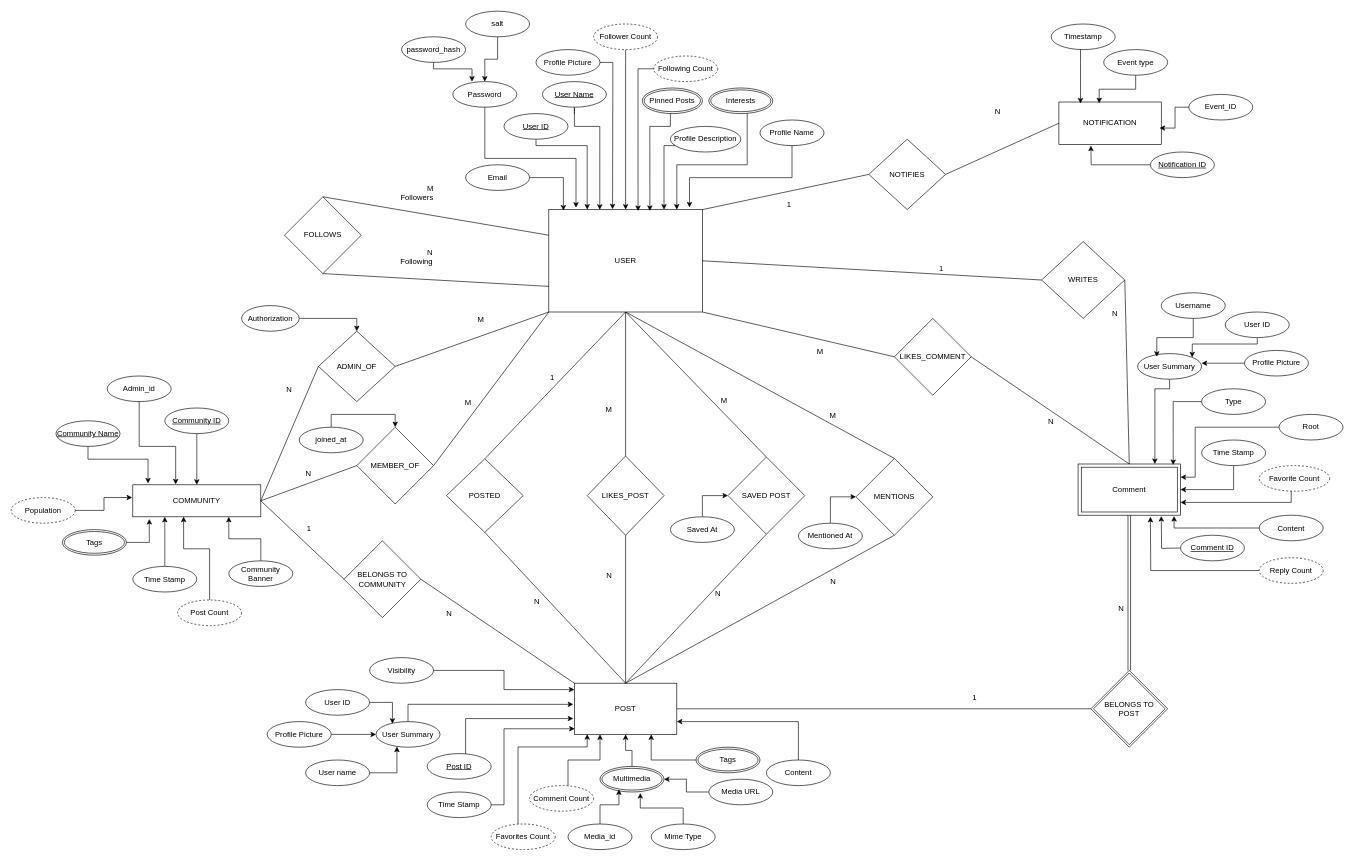
This is Documentation/ER/Broadcast.drawio from Karthik-2592/BroadcastPublic, a draw.io file, before an edit. Source tidied: cells renumbered, new cells numbered last; positions are measured from the earlier drawing's top-left corner, leaving out a move shared by most shapes. Both pictures are drawn from the tidied source at 64%, with x=0, y=0 at pixel (11, 11).
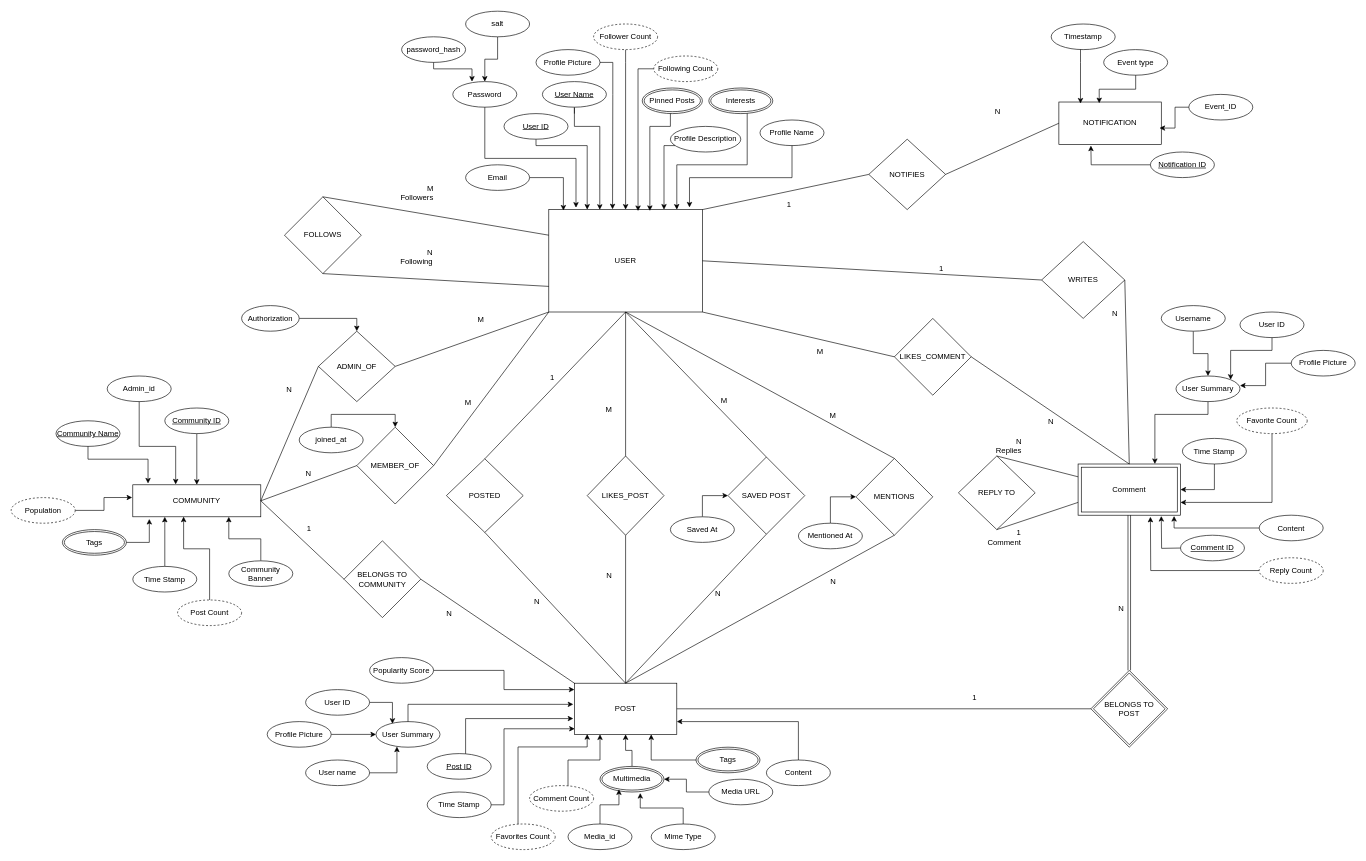
Above is the later version.

The change refers to these unchanged cells:
```xml
<mxCell id="31" value="Comment" style="shape=ext;margin=3;double=1;whiteSpace=wrap;html=1;align=center;" parent="1" vertex="1">
  <mxGeometry x="1667" y="707.5" width="160" height="80" as="geometry" />
</mxCell>
```

What changed in the source:
```diff
@@
-    <mxCell id="20" style="edgeStyle=orthogonalEdgeStyle;rounded=0;jettySize=auto;html=1;entryX=1;entryY=0.25;entryDx=0;entryDy=0;" parent="1" edge="1" source="21">
-      <mxGeometry relative="1" as="geometry">
-        <mxPoint x="1827" y="728.1" as="targetPoint" />
-        <Array as="points">
-          <mxPoint x="1850" y="650" />
-          <mxPoint x="1850" y="728.1" />
-        </Array>
-      </mxGeometry>
-    </mxCell>
-    <mxCell id="21" value="Root" style="ellipse;whiteSpace=wrap;html=1;align=center;" parent="1" vertex="1">
-      <mxGeometry x="1981" y="630" width="100" height="40" as="geometry" />
-    </mxCell>
@@
     <mxCell id="27" style="edgeStyle=orthogonalEdgeStyle;rounded=0;jettySize=auto;html=1;entryX=1;entryY=0.5;entryDx=0;entryDy=0;" parent="1" edge="1" source="28" target="31">
       <mxGeometry relative="1" as="geometry">
         <Array as="points">
-          <mxPoint x="1910" y="747.5" />
+          <mxPoint x="1880" y="747.5" />
         </Array>
       </mxGeometry>
     </mxCell>
     <mxCell id="28" value="Time Stamp" style="ellipse;whiteSpace=wrap;html=1;align=center;" parent="1" vertex="1">
-      <mxGeometry x="1860" y="670" width="100" height="40" as="geometry" />
+      <mxGeometry x="1830" y="667.5" width="100" height="40" as="geometry" />
     </mxCell>
     <mxCell id="29" style="edgeStyle=orthogonalEdgeStyle;rounded=0;jettySize=auto;html=1;entryX=1;entryY=0.75;entryDx=0;entryDy=0;" parent="1" edge="1" source="30" target="31">
       <mxGeometry relative="1" as="geometry">
         <Array as="points">
-          <mxPoint x="2000" y="767.5" />
+          <mxPoint x="1970" y="767.5" />
         </Array>
       </mxGeometry>
     </mxCell>
     <mxCell id="30" value="Favorite Count" style="ellipse;whiteSpace=wrap;html=1;align=center;dashed=1;" parent="1" vertex="1">
-      <mxGeometry x="1950" y="710" width="110" height="40" as="geometry" />
+      <mxGeometry x="1915" y="620" width="110" height="40" as="geometry" />
     </mxCell>
@@
-    <mxCell id="73" value="Type" style="ellipse;whiteSpace=wrap;html=1;align=center;" parent="1" vertex="1">
-      <mxGeometry x="1860" y="590" width="100" height="40" as="geometry" />
-    </mxCell>
-    <mxCell id="74" style="edgeStyle=orthogonalEdgeStyle;rounded=0;jettySize=auto;html=1;entryX=0.929;entryY=0.02;entryDx=0;entryDy=0;entryPerimeter=0;" parent="1" edge="1" source="73" target="31">
-      <mxGeometry relative="1" as="geometry" />
-    </mxCell>
@@
-    <mxCell id="139" value="Visibility" style="ellipse;whiteSpace=wrap;html=1;align=center;" parent="1" vertex="1">
+    <mxCell id="139" value="Popularity Score" style="ellipse;whiteSpace=wrap;html=1;align=center;" parent="1" vertex="1">
       <mxGeometry x="560" y="1010" width="100" height="40" as="geometry" />
     </mxCell>
@@
     <mxCell id="149" style="edgeStyle=orthogonalEdgeStyle;rounded=0;jettySize=auto;html=1;entryX=0.75;entryY=0;entryDx=0;entryDy=0;exitX=0.5;exitY=1;exitDx=0;exitDy=0;" parent="1" edge="1" source="150" target="31">
       <mxGeometry relative="1" as="geometry">
         <Array as="points">
-          <mxPoint x="1810" y="590" />
-          <mxPoint x="1787" y="590" />
+          <mxPoint x="1870" y="630" />
+          <mxPoint x="1787" y="630" />
         </Array>
       </mxGeometry>
     </mxCell>
     <mxCell id="150" value="User Summary" style="ellipse;whiteSpace=wrap;html=1;align=center;" parent="1" vertex="1">
-      <mxGeometry x="1760" y="535" width="100" height="40" as="geometry" />
+      <mxGeometry x="1820" y="570" width="100" height="40" as="geometry" />
     </mxCell>
+    <mxCell id="152" style="edgeStyle=orthogonalEdgeStyle;rounded=0;jettySize=auto;html=1;entryX=0.5;entryY=0;entryDx=0;entryDy=0;" parent="1" edge="1" source="151" target="150">
+      <mxGeometry relative="1" as="geometry" />
+    </mxCell>
     <mxCell id="151" value="Username" style="ellipse;whiteSpace=wrap;html=1;align=center;" parent="1" vertex="1">
-      <mxGeometry x="1797" y="440" width="100" height="40" as="geometry" />
+      <mxGeometry x="1797" y="460" width="100" height="40" as="geometry" />
     </mxCell>
-    <mxCell id="152" style="edgeStyle=orthogonalEdgeStyle;rounded=0;jettySize=auto;html=1;entryX=0.3;entryY=0.125;entryDx=0;entryDy=0;entryPerimeter=0;" parent="1" edge="1" source="151" target="150">
-      <mxGeometry relative="1" as="geometry">
-        <Array as="points">
-          <mxPoint x="1790" y="510" />
-        </Array>
-      </mxGeometry>
-    </mxCell>
     <mxCell id="153" value="Profile Picture" style="ellipse;whiteSpace=wrap;html=1;align=center;" parent="1" vertex="1">
-      <mxGeometry x="1927" y="530" width="100" height="40" as="geometry" />
+      <mxGeometry x="2000" y="530" width="100" height="40" as="geometry" />
     </mxCell>
@@
     <mxCell id="166" style="edgeStyle=orthogonalEdgeStyle;rounded=0;jettySize=auto;html=1;entryX=1;entryY=0;entryDx=0;entryDy=0;" parent="1" edge="1" source="167" target="150">
       <mxGeometry relative="1" as="geometry">
         <Array as="points">
-          <mxPoint x="1845.4" y="520" />
+          <mxPoint x="1970" y="530" />
+          <mxPoint x="1905.3" y="530" />
         </Array>
       </mxGeometry>
     </mxCell>
     <mxCell id="167" value="User ID" style="ellipse;whiteSpace=wrap;html=1;align=center;" parent="1" vertex="1">
-      <mxGeometry x="1897" y="470" width="100" height="40" as="geometry" />
+      <mxGeometry x="1920" y="470" width="100" height="40" as="geometry" />
     </mxCell>
@@
+    <mxCell id="177" value="REPLY TO" style="shape=rhombus;perimeter=rhombusPerimeter;whiteSpace=wrap;html=1;align=center;" parent="1" vertex="1">
+      <mxGeometry x="1480" y="695" width="120" height="115" as="geometry" />
+    </mxCell>
+    <mxCell id="178" style="endArrow=none;html=1;rounded=0;exitX=0.5;exitY=0;exitDx=0;exitDy=0;entryX=0;entryY=0.25;entryDx=0;entryDy=0;" parent="1" edge="1" source="177" target="31">
+      <mxGeometry relative="1" as="geometry" />
+    </mxCell>
+    <mxCell id="179" value="N&lt;div&gt;Replies&lt;/div&gt;" style="html=1;whiteSpace=wrap;align=right;verticalAlign=bottom;" parent="178" vertex="1">
+      <mxGeometry x="1" relative="1" as="geometry">
+        <mxPoint x="-87" y="-32" as="offset" />
+      </mxGeometry>
+    </mxCell>
+    <mxCell id="180" style="endArrow=none;html=1;rounded=0;entryX=0;entryY=0.75;entryDx=0;entryDy=0;exitX=0.5;exitY=1;exitDx=0;exitDy=0;" parent="1" edge="1" source="177" target="31">
+      <mxGeometry relative="1" as="geometry" />
+    </mxCell>
+    <mxCell id="181" value="1&lt;div&gt;Comment&lt;/div&gt;" style="html=1;whiteSpace=wrap;align=right;verticalAlign=bottom;" parent="180" vertex="1">
+      <mxGeometry x="1" relative="1" as="geometry">
+        <mxPoint x="-88" y="71" as="offset" />
+      </mxGeometry>
+    </mxCell>
```
